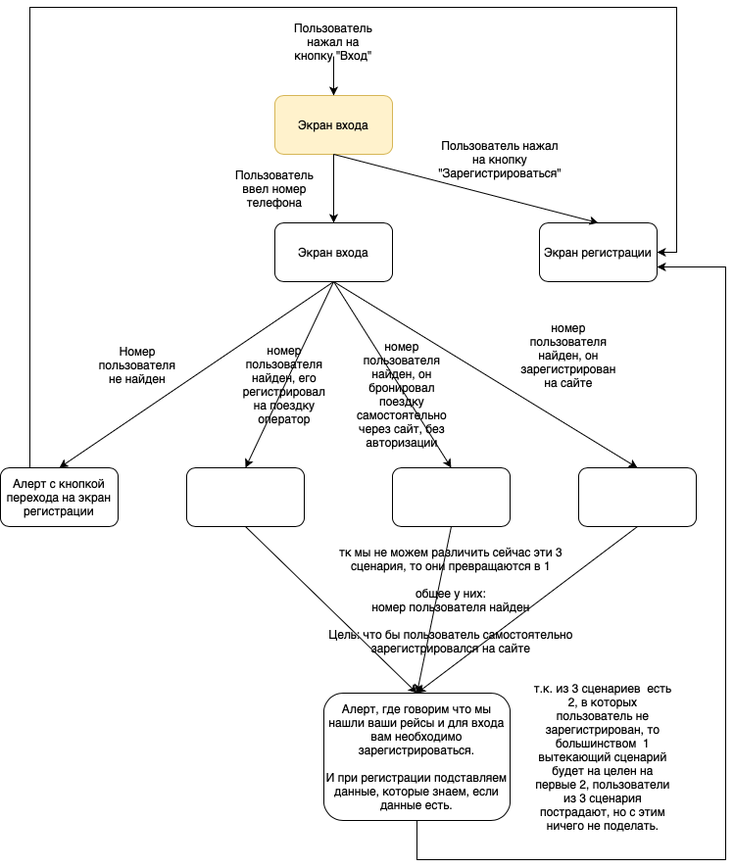
This is 2.drawio.png from AlexandraKolomoitseva/Diagrams, a draw.io export, as it was before one commit. Source tidied: cells renumbered, new cells last; positions are measured from the earlier drawing's top-left corner, leaving out a move shared by most shapes.
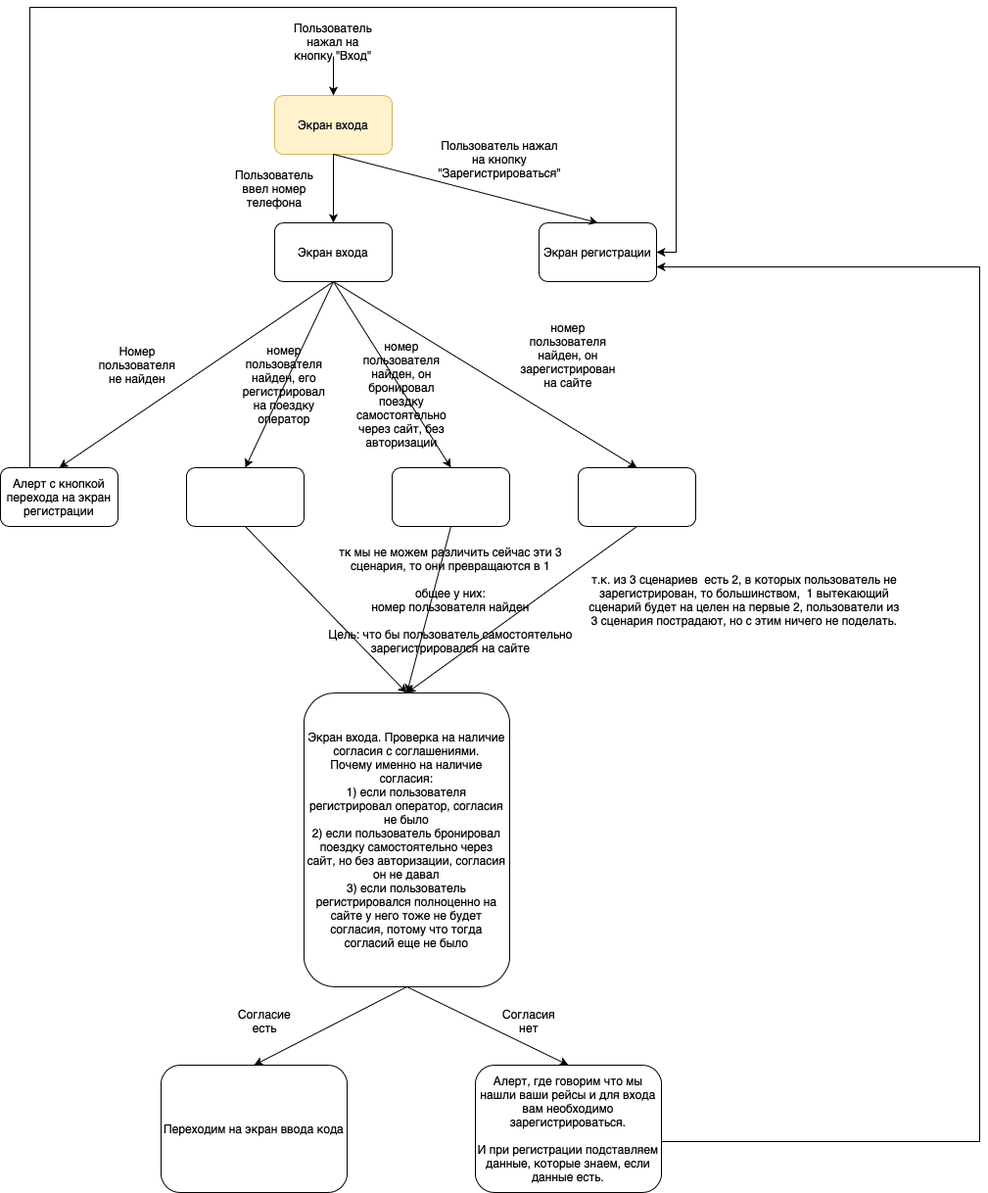
Later version of the same file.

Change to the diagram source:
```diff
@@ -77,17 +77,16 @@
     <mxCell id="24" value="тк мы не можем различить сейчас эти 3 сценария, то они превращаются в 1&lt;div&gt;&lt;br&gt;&lt;/div&gt;&lt;div&gt;общее у них:&lt;/div&gt;&lt;div&gt;номер пользователя найден&lt;/div&gt;&lt;div&gt;&lt;br&gt;&lt;/div&gt;&lt;div&gt;Цель: что бы пользователь самостоятельно зарегистрировался на сайте&lt;/div&gt;" style="text;html=1;align=center;verticalAlign=middle;whiteSpace=wrap;rounded=0;" parent="1" vertex="1">
       <mxGeometry x="330" y="590" width="260" height="30" as="geometry" />
     </mxCell>
-    <mxCell id="25" style="edgeStyle=orthogonalEdgeStyle;rounded=0;jettySize=auto;html=1;entryX=1;entryY=0.75;entryDx=0;entryDy=0;" parent="1" edge="1" source="26" target="6">
+    <mxCell id="25" style="edgeStyle=orthogonalEdgeStyle;rounded=0;jettySize=auto;html=1;entryX=1;entryY=0.75;entryDx=0;entryDy=0;exitX=1;exitY=0.6;exitDx=0;exitDy=0;exitPerimeter=0;" parent="1" edge="1" source="32" target="6">
       <mxGeometry relative="1" as="geometry">
         <Array as="points">
-          <mxPoint x="425" y="870" />
-          <mxPoint x="740" y="870" />
-          <mxPoint x="740" y="265" />
+          <mxPoint x="1000" y="1158" />
+          <mxPoint x="1000" y="265" />
         </Array>
       </mxGeometry>
     </mxCell>
-    <mxCell id="26" value="Алерт, где говорим что мы нашли ваши рейсы и для входа вам необходимо зарегистрироваться.&lt;div&gt;&lt;br&gt;&lt;/div&gt;&lt;div&gt;И при регистрации подставляем данные, которые знаем, если данные есть.&lt;/div&gt;" style="rounded=1;whiteSpace=wrap;html=1;" parent="1" vertex="1">
-      <mxGeometry x="330" y="700" width="190" height="130" as="geometry" />
+    <mxCell id="26" value="Экран входа. Проверка на наличие согласия с соглашениями.&lt;div&gt;Почему именно на наличие согласия:&lt;/div&gt;&lt;div&gt;1) если пользователя регистрировал оператор, согласия не было&lt;/div&gt;&lt;div&gt;2) если пользователь бронировал поездку самостоятельно через сайт, но без авторизации, согласия он не давал&lt;/div&gt;&lt;div&gt;3) если пользователь регистрировался полноценно на сайте у него тоже не будет согласия, потому что тогда согласий еще не было&lt;/div&gt;" style="rounded=1;whiteSpace=wrap;html=1;" parent="1" vertex="1">
+      <mxGeometry x="310" y="700" width="210" height="300" as="geometry" />
     </mxCell>
     <mxCell id="27" style="endArrow=classic;html=1;rounded=0;exitX=0.5;exitY=1;exitDx=0;exitDy=0;entryX=0.5;entryY=0;entryDx=0;entryDy=0;" parent="1" edge="1" source="13" target="26">
       <mxGeometry relative="1" as="geometry" />
@@ -98,8 +97,26 @@
     <mxCell id="29" style="endArrow=classic;html=1;rounded=0;exitX=0.5;exitY=1;exitDx=0;exitDy=0;entryX=0.5;entryY=0;entryDx=0;entryDy=0;" parent="1" edge="1" source="15" target="26">
       <mxGeometry relative="1" as="geometry" />
     </mxCell>
-    <mxCell id="30" value="т.к. из 3 сценариев &amp;nbsp;есть 2, в которых пользователь не зарегистрирован, то большинством &amp;nbsp;1 вытекающий сценарий будет на целен на первые 2, пользователи из 3 сценария пострадают, но с этим ничего не поделать." style="text;html=1;align=center;verticalAlign=middle;whiteSpace=wrap;rounded=0;" parent="1" vertex="1">
-      <mxGeometry x="540" y="750" width="150" height="30" as="geometry" />
+    <mxCell id="30" value="т.к. из 3 сценариев &amp;nbsp;есть 2, в которых пользователь не зарегистрирован, то большинством, &amp;nbsp;1 вытекающий сценарий будет на целен на первые 2, пользователи из 3 сценария пострадают, но с этим ничего не поделать." style="text;html=1;align=center;verticalAlign=middle;whiteSpace=wrap;rounded=0;" parent="1" vertex="1">
+      <mxGeometry x="600" y="590" width="320" height="30" as="geometry" />
     </mxCell>
+    <mxCell id="31" value="Переходим на экран ввода кода" style="rounded=1;whiteSpace=wrap;html=1;" parent="1" vertex="1">
+      <mxGeometry x="164" y="1080" width="190" height="130" as="geometry" />
+    </mxCell>
+    <mxCell id="32" value="Алерт, где говорим что мы нашли ваши рейсы и для входа вам необходимо зарегистрироваться.&lt;div&gt;&lt;br&gt;&lt;/div&gt;&lt;div&gt;И при регистрации подставляем данные, которые знаем, если данные есть.&lt;/div&gt;" style="rounded=1;whiteSpace=wrap;html=1;" parent="1" vertex="1">
+      <mxGeometry x="485" y="1080" width="190" height="130" as="geometry" />
+    </mxCell>
+    <mxCell id="33" style="endArrow=classic;html=1;rounded=0;exitX=0.5;exitY=1;exitDx=0;exitDy=0;entryX=0.5;entryY=0;entryDx=0;entryDy=0;" parent="1" edge="1" source="26" target="31">
+      <mxGeometry relative="1" as="geometry" />
+    </mxCell>
+    <mxCell id="34" value="Согласие есть" style="text;html=1;align=center;verticalAlign=middle;whiteSpace=wrap;rounded=0;" parent="1" vertex="1">
+      <mxGeometry x="240" y="1020" width="60" height="30" as="geometry" />
+    </mxCell>
+    <mxCell id="35" style="endArrow=classic;html=1;rounded=0;exitX=0.5;exitY=1;exitDx=0;exitDy=0;entryX=0.5;entryY=0;entryDx=0;entryDy=0;" parent="1" edge="1" source="26" target="32">
+      <mxGeometry relative="1" as="geometry" />
+    </mxCell>
+    <mxCell id="36" value="Согласия нет" style="text;html=1;align=center;verticalAlign=middle;whiteSpace=wrap;rounded=0;" parent="1" vertex="1">
+      <mxGeometry x="510" y="1020" width="60" height="30" as="geometry" />
+    </mxCell>
   </root>
 </mxGraphModel>
```
